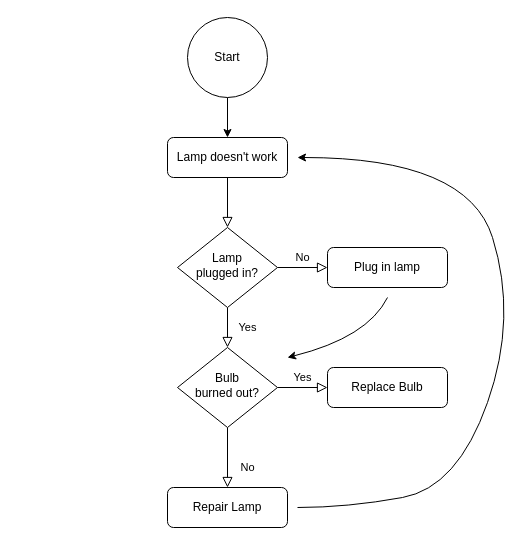
Above: Unavngivet diagram.drawio in Magnus-H24HX3/Rutediagram (draw.io), before the change. Source tidied: cells renumbered, new cells numbered last; positions are measured from the earlier drawing's top-left corner, leaving out a move shared by most shapes. Both pictures are drawn from the tidied source at 100%, with x=0, y=0 at pixel (167, 17).
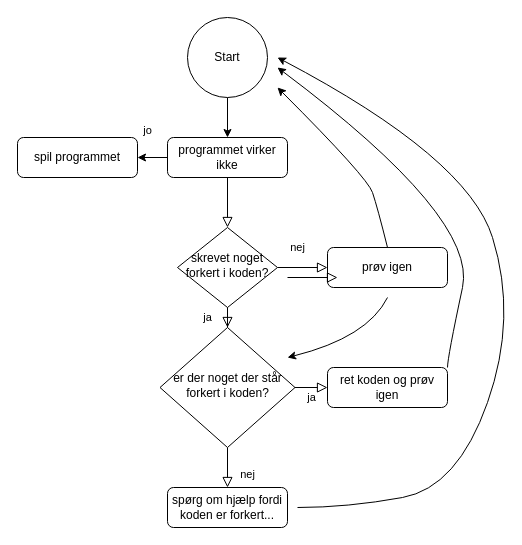
After the change.

Diff of the diagram source:
```diff
@@
-<mxGraphModel>
+<mxGraphModel background="#ffffff">
@@
+    <mxCell id="17" style="edgeStyle=orthogonalEdgeStyle;rounded=0;jettySize=auto;html=1;" parent="1" edge="1" source="3" target="20">
+      <mxGeometry relative="1" as="geometry" />
+    </mxCell>
-    <mxCell id="3" value="Lamp doesn't work" style="rounded=1;whiteSpace=wrap;html=1;fontSize=12;glass=0;strokeWidth=1;shadow=0;" parent="1" vertex="1">
+    <mxCell id="3" value="programmet virker ikke" style="rounded=1;whiteSpace=wrap;html=1;fontSize=12;glass=0;strokeWidth=1;shadow=0;" parent="1" vertex="1">
       <mxGeometry y="120" width="120" height="40" as="geometry" />
     </mxCell>
-    <mxCell id="4" value="Yes" style="rounded=0;html=1;jettySize=auto;fontSize=11;endArrow=block;endFill=0;endSize=8;strokeWidth=1;shadow=0;labelBackgroundColor=none;edgeStyle=orthogonalEdgeStyle;" parent="1" edge="1" source="6" target="10">
+    <mxCell id="4" value="ja" style="rounded=0;html=1;jettySize=auto;fontSize=11;endArrow=block;endFill=0;endSize=8;strokeWidth=1;shadow=0;labelBackgroundColor=none;edgeStyle=orthogonalEdgeStyle;" parent="1" edge="1" source="6" target="10">
       <mxGeometry y="20" relative="1" as="geometry" />
     </mxCell>
-    <mxCell id="5" value="No" style="edgeStyle=orthogonalEdgeStyle;rounded=0;html=1;jettySize=auto;fontSize=11;endArrow=block;endFill=0;endSize=8;strokeWidth=1;shadow=0;labelBackgroundColor=none;" parent="1" edge="1" source="6" target="7">
-      <mxGeometry y="10" relative="1" as="geometry" />
+    <mxCell id="5" value="nej" style="edgeStyle=orthogonalEdgeStyle;rounded=0;html=1;jettySize=auto;fontSize=11;endArrow=block;endFill=0;endSize=8;strokeWidth=1;shadow=0;labelBackgroundColor=none;" parent="1" edge="1" source="6" target="7">
+      <mxGeometry x="-0.2" y="20" relative="1" as="geometry" />
     </mxCell>
-    <mxCell id="6" value="Lamp&lt;br&gt;plugged in?" style="rhombus;whiteSpace=wrap;html=1;shadow=0;fontFamily=Helvetica;fontSize=12;align=center;strokeWidth=1;spacing=6;spacingTop=-4;" parent="1" vertex="1">
+    <mxCell id="6" value="skrevet noget forkert i koden?" style="rhombus;whiteSpace=wrap;html=1;shadow=0;fontFamily=Helvetica;fontSize=12;align=center;strokeWidth=1;spacing=6;spacingTop=-4;" parent="1" vertex="1">
       <mxGeometry x="10" y="210" width="100" height="80" as="geometry" />
     </mxCell>
-    <mxCell id="7" value="Plug in lamp" style="rounded=1;whiteSpace=wrap;html=1;fontSize=12;glass=0;strokeWidth=1;shadow=0;" parent="1" vertex="1">
+    <mxCell id="7" value="prøv igen" style="rounded=1;whiteSpace=wrap;html=1;fontSize=12;glass=0;strokeWidth=1;shadow=0;" parent="1" vertex="1">
       <mxGeometry x="160" y="230" width="120" height="40" as="geometry" />
     </mxCell>
-    <mxCell id="8" value="No" style="rounded=0;html=1;jettySize=auto;fontSize=11;endArrow=block;endFill=0;endSize=8;strokeWidth=1;shadow=0;labelBackgroundColor=none;edgeStyle=orthogonalEdgeStyle;" parent="1" edge="1" source="10" target="11">
+    <mxCell id="8" value="nej" style="rounded=0;html=1;jettySize=auto;fontSize=11;endArrow=block;endFill=0;endSize=8;strokeWidth=1;shadow=0;labelBackgroundColor=none;edgeStyle=orthogonalEdgeStyle;" parent="1" edge="1" source="10" target="11">
       <mxGeometry x="0.33" y="20" relative="1" as="geometry" />
     </mxCell>
-    <mxCell id="9" value="Yes" style="edgeStyle=orthogonalEdgeStyle;rounded=0;html=1;jettySize=auto;fontSize=11;endArrow=block;endFill=0;endSize=8;strokeWidth=1;shadow=0;labelBackgroundColor=none;" parent="1" edge="1" source="10" target="12">
+    <mxCell id="9" value="ja" style="edgeStyle=orthogonalEdgeStyle;rounded=0;html=1;jettySize=auto;fontSize=11;endArrow=block;endFill=0;endSize=8;strokeWidth=1;shadow=0;labelBackgroundColor=none;" parent="1" edge="1" source="10" target="12">
       <mxGeometry y="10" relative="1" as="geometry" />
     </mxCell>
-    <mxCell id="10" value="Bulb&lt;br&gt;burned out?" style="rhombus;whiteSpace=wrap;html=1;shadow=0;fontFamily=Helvetica;fontSize=12;align=center;strokeWidth=1;spacing=6;spacingTop=-4;" parent="1" vertex="1">
-      <mxGeometry x="10" y="330" width="100" height="80" as="geometry" />
+    <mxCell id="10" value="er der noget der står forkert i koden?" style="rhombus;whiteSpace=wrap;html=1;shadow=0;fontFamily=Helvetica;fontSize=12;align=center;strokeWidth=1;spacing=6;spacingTop=-4;" parent="1" vertex="1">
+      <mxGeometry x="-7.5" y="310" width="135" height="120" as="geometry" />
     </mxCell>
-    <mxCell id="11" value="Repair Lamp" style="rounded=1;whiteSpace=wrap;html=1;fontSize=12;glass=0;strokeWidth=1;shadow=0;" parent="1" vertex="1">
+    <mxCell id="11" value="spørg om hjælp fordi koden er forkert..." style="rounded=1;whiteSpace=wrap;html=1;fontSize=12;glass=0;strokeWidth=1;shadow=0;" parent="1" vertex="1">
       <mxGeometry y="470" width="120" height="40" as="geometry" />
     </mxCell>
-    <mxCell id="12" value="Replace Bulb" style="rounded=1;whiteSpace=wrap;html=1;fontSize=12;glass=0;strokeWidth=1;shadow=0;" parent="1" vertex="1">
+    <mxCell id="12" value="ret koden og prøv igen" style="rounded=1;whiteSpace=wrap;html=1;fontSize=12;glass=0;strokeWidth=1;shadow=0;" parent="1" vertex="1">
       <mxGeometry x="160" y="350" width="120" height="40" as="geometry" />
     </mxCell>
     <mxCell id="13" style="curved=1;endArrow=classic;html=1;rounded=0;" parent="1" edge="1">
       <mxGeometry relative="1" as="geometry">
         <mxPoint x="130" y="490" as="sourcePoint" />
-        <mxPoint x="130" y="140" as="targetPoint" />
+        <mxPoint x="110" y="40" as="targetPoint" />
         <Array as="points">
           <mxPoint x="180" y="490" />
           <mxPoint x="290" y="470" />
           <mxPoint x="350" y="300" />
           <mxPoint x="300" y="140" />
         </Array>
       </mxGeometry>
     </mxCell>
@@
+    <mxCell id="18" style="curved=1;endArrow=classic;html=1;rounded=0;exitX=0.5;exitY=0;exitDx=0;exitDy=0;" parent="1" edge="1" source="7">
+      <mxGeometry relative="1" as="geometry">
+        <mxPoint x="110" y="70" as="targetPoint" />
+        <Array as="points">
+          <mxPoint x="210" y="190" />
+          <mxPoint x="200" y="160" />
+        </Array>
+      </mxGeometry>
+    </mxCell>
+    <mxCell id="19" style="curved=1;endArrow=classic;html=1;rounded=0;" parent="1" edge="1">
+      <mxGeometry relative="1" as="geometry">
+        <mxPoint x="280" y="350" as="sourcePoint" />
+        <mxPoint x="110" y="50" as="targetPoint" />
+        <Array as="points">
+          <mxPoint x="280" y="340" />
+          <mxPoint x="310" y="200" />
+        </Array>
+      </mxGeometry>
+    </mxCell>
+    <mxCell id="20" value="spil programmet" style="whiteSpace=wrap;html=1;rounded=1;glass=0;strokeWidth=1;shadow=0;" parent="1" vertex="1">
+      <mxGeometry x="-150" y="120" width="120" height="40" as="geometry" />
+    </mxCell>
+    <mxCell id="21" value="jo&lt;div&gt;&lt;br&gt;&lt;/div&gt;" style="edgeStyle=orthogonalEdgeStyle;rounded=0;html=1;jettySize=auto;orthogonalLoop=1;fontSize=11;endArrow=block;endFill=0;endSize=8;strokeWidth=1;shadow=0;labelBackgroundColor=none;" parent="1" edge="1">
+      <mxGeometry x="-1" y="198" relative="1" as="geometry">
+        <mxPoint x="120" y="260" as="sourcePoint" />
+        <mxPoint x="170" y="260" as="targetPoint" />
+        <mxPoint x="-140" y="58" as="offset" />
+      </mxGeometry>
+    </mxCell>
```
